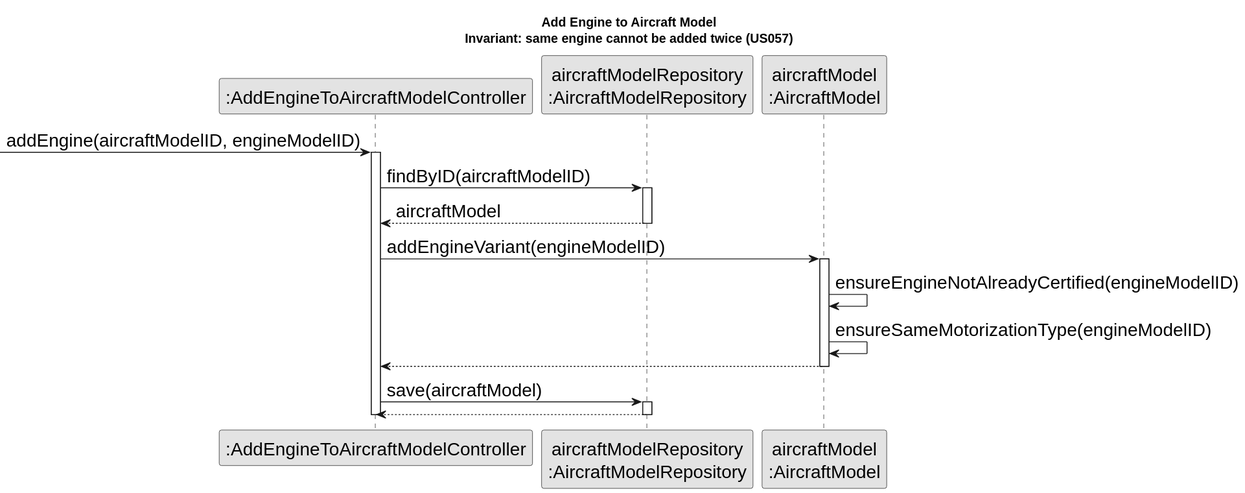
Before: docs/Sprint1/us_011/SD/images/svg/sd_aircraftmodel.svg, a diagram exported from PlantUML (1240826/aisafe-flight-control). Source of this version:
```plantuml
@startuml
skinparamlocked defaultFontSize 20
skinparam monochrome true
skinparam packageStyle rectangle
skinparam shadowing false
title Add Engine to Aircraft Model\nInvariant: same engine cannot be added twice (US057)

participant ":AddEngineToAircraftModelController" as CTRL
participant "aircraftModelRepository\n:AircraftModelRepository" as REPO
participant "aircraftModel\n:AircraftModel" as AM

-> CTRL : addEngine(aircraftModelID, engineModelID)
activate CTRL

CTRL -> REPO : findByID(aircraftModelID)
activate REPO
REPO --> CTRL : aircraftModel
deactivate REPO

CTRL -> AM : addEngineVariant(engineModelID)
activate AM
AM -> AM : ensureEngineNotAlreadyCertified(engineModelID)
AM -> AM : ensureSameMotorizationType(engineModelID)
AM --> CTRL :
deactivate AM

CTRL -> REPO : save(aircraftModel)
activate REPO
REPO --> CTRL :
deactivate REPO

deactivate CTRL
@enduml
```
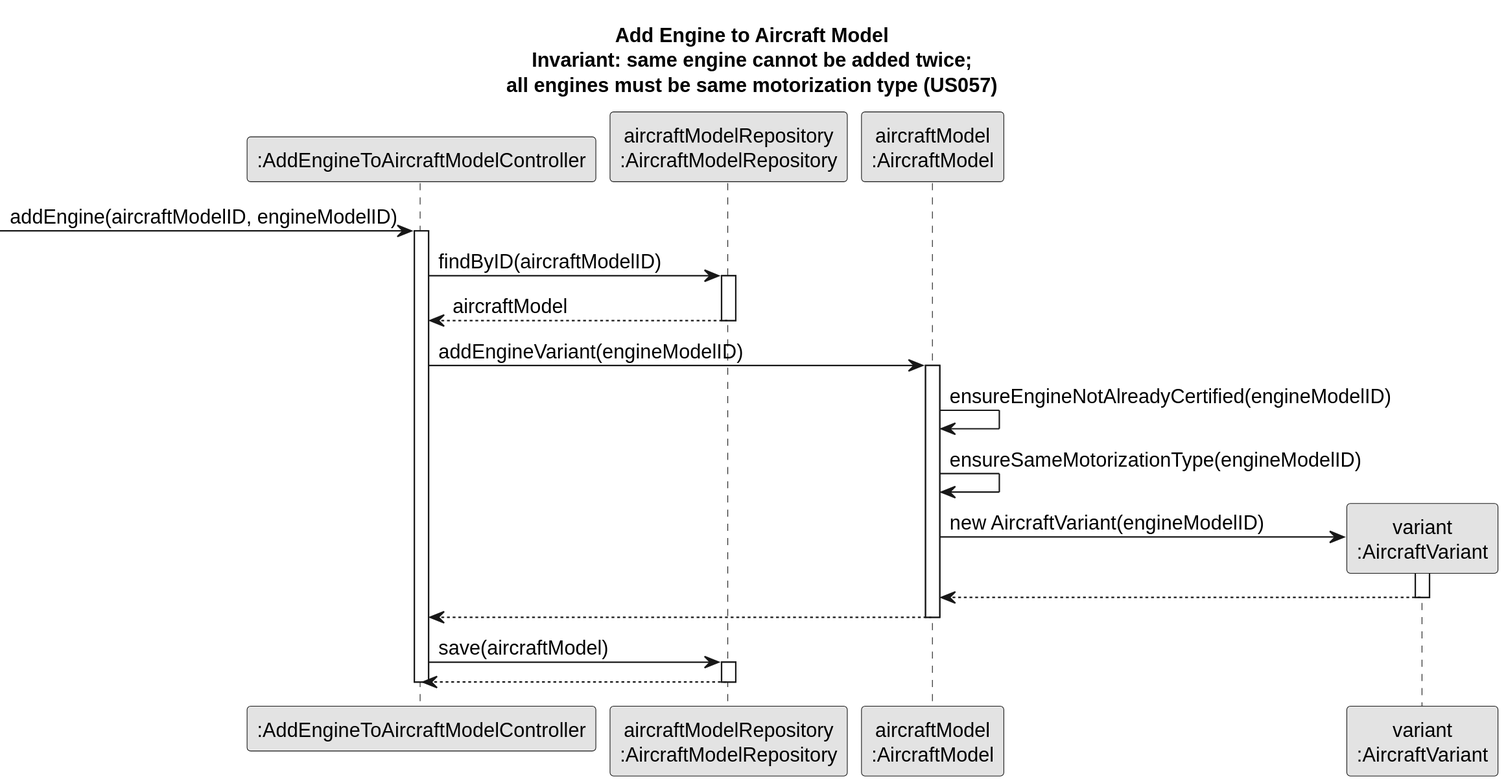
The same file after the commit.

The edit, as a diff of the source:
```diff
@@ -1,13 +1,15 @@
 @startuml
-skinparamlocked defaultFontSize 20
+skinparamlocked defaultFontSize 14
+skinparamlocked dpi 150
 skinparam monochrome true
 skinparam packageStyle rectangle
 skinparam shadowing false
-title Add Engine to Aircraft Model\nInvariant: same engine cannot be added twice (US057)
+title Add Engine to Aircraft Model\nInvariant: same engine cannot be added twice;\nall engines must be same motorization type (US057)
 
 participant ":AddEngineToAircraftModelController" as CTRL
 participant "aircraftModelRepository\n:AircraftModelRepository" as REPO
 participant "aircraftModel\n:AircraftModel" as AM
+participant "variant\n:AircraftVariant" as AV
 
 -> CTRL : addEngine(aircraftModelID, engineModelID)
 activate CTRL
@@ -19,8 +21,15 @@
 
 CTRL -> AM : addEngineVariant(engineModelID)
 activate AM
+
 AM -> AM : ensureEngineNotAlreadyCertified(engineModelID)
 AM -> AM : ensureSameMotorizationType(engineModelID)
+
+AM -> AV ** : new AircraftVariant(engineModelID)
+activate AV
+AV --> AM :
+deactivate AV
+
 AM --> CTRL :
 deactivate AM
 
```
